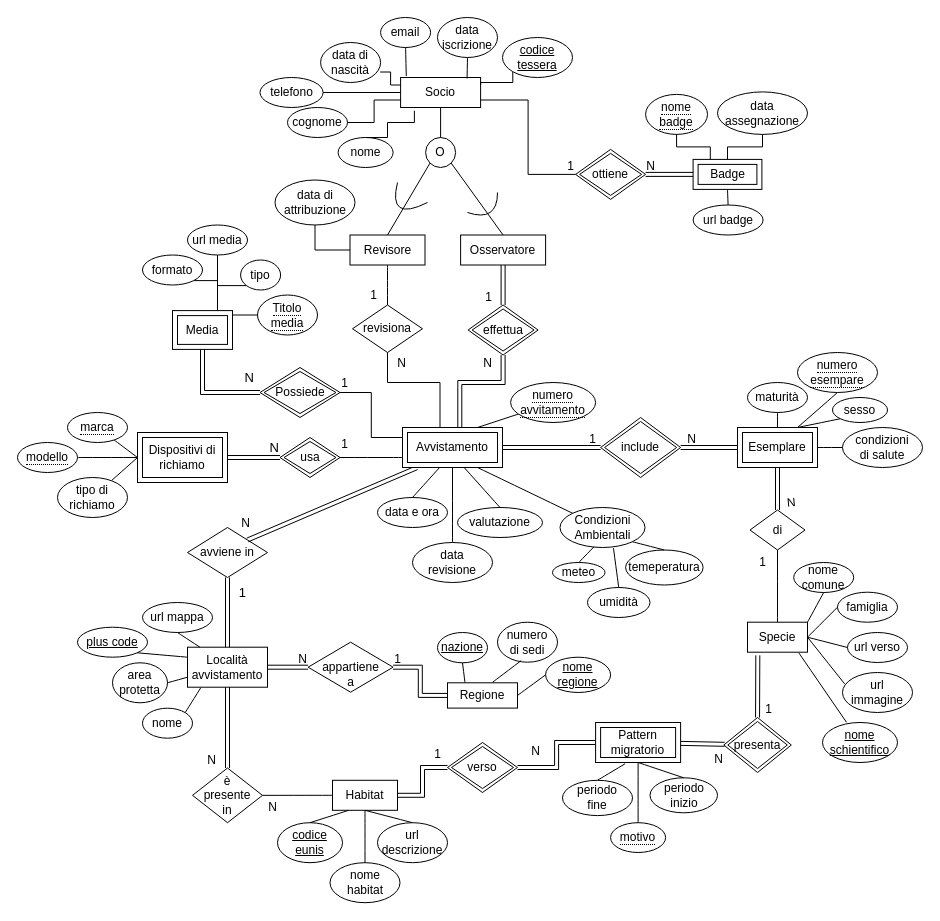
This is page "Page-1" (1 of 3) of document/DiagramEer.drawio from uni-aca100/db-uni, a draw.io file, before an edit. Source tidied: cells renumbered, new cells numbered last; positions are measured from the earlier drawing's top-left corner, leaving out a move shared by most shapes. Both pictures are drawn from the tidied source at 100%, with x=0, y=0 at pixel (17, 17).
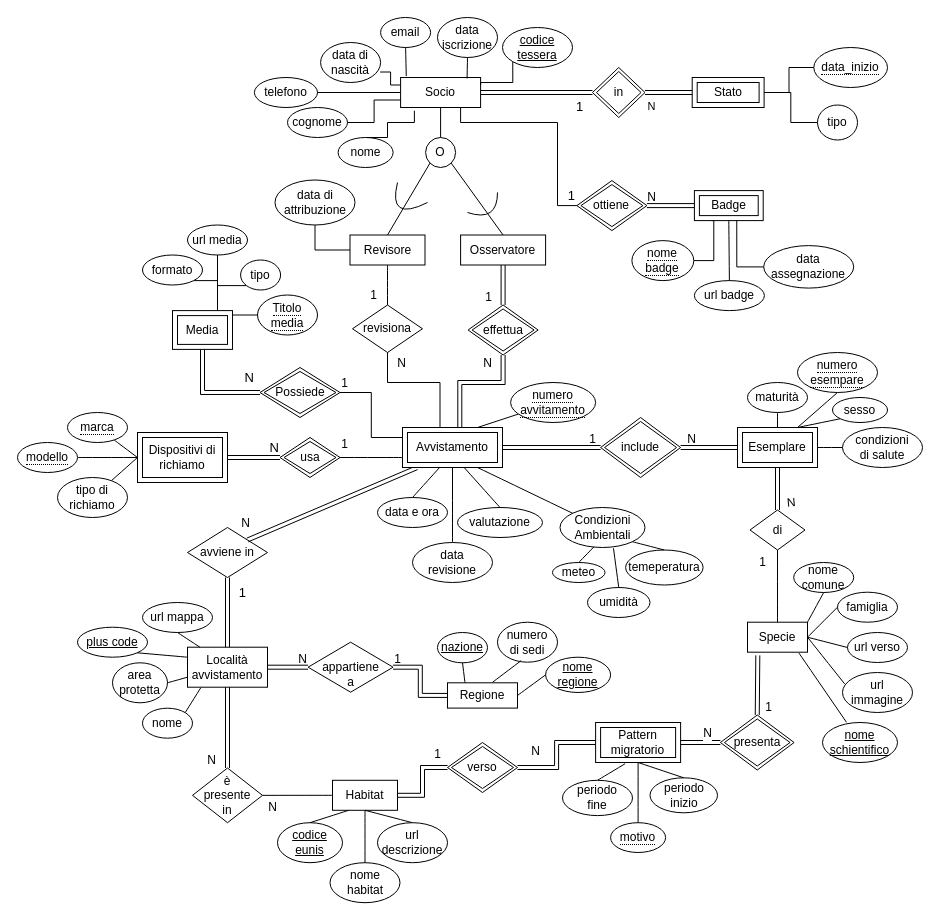
The same diagram, later.

The change refers to these unchanged cells:
```xml
<mxCell id="2" value="&lt;font&gt;Socio&lt;/font&gt;" style="whiteSpace=wrap;html=1;align=center;" parent="1" vertex="1">
  <mxGeometry x="383.1" y="60" width="80" height="30" as="geometry" />
</mxCell>
<mxCell id="166" style="edgeStyle=none;curved=1;rounded=0;jettySize=auto;html=1;fontSize=12;shape=link;" parent="1" edge="1" source="170" target="171">
  <mxGeometry relative="1" as="geometry" />
</mxCell>
```

What changed in the source:
```diff
@@
     <mxCell id="52" value="Badge" style="shape=ext;margin=3;double=1;whiteSpace=wrap;html=1;align=center;" parent="1" vertex="1">
-      <mxGeometry x="675.6" y="141.9" width="68.8" height="30" as="geometry" />
+      <mxGeometry x="676.9" y="173.1" width="68.8" height="30" as="geometry" />
     </mxCell>
     <mxCell id="53" value="ottiene" style="shape=rhombus;double=1;perimeter=rhombusPerimeter;whiteSpace=wrap;html=1;align=center;" parent="1" vertex="1">
-      <mxGeometry x="558.1" y="131.9" width="70" height="50" as="geometry" />
+      <mxGeometry x="559.4" y="163.1" width="70" height="50" as="geometry" />
     </mxCell>
@@
-    <mxCell id="56" style="endArrow=none;html=1;rounded=0;fontSize=12;startSize=8;endSize=8;entryX=0;entryY=0.5;entryDx=0;entryDy=0;exitX=1;exitY=0.75;exitDx=0;exitDy=0;edgeStyle=orthogonalEdgeStyle;" parent="1" edge="1" source="2" target="53">
-      <mxGeometry relative="1" as="geometry" />
+    <mxCell id="56" style="endArrow=none;html=1;rounded=0;fontSize=12;startSize=8;endSize=8;entryX=0;entryY=0.5;entryDx=0;entryDy=0;exitX=0.75;exitY=1;exitDx=0;exitDy=0;edgeStyle=orthogonalEdgeStyle;" parent="1" edge="1" source="2" target="53">
+      <mxGeometry relative="1" as="geometry">
+        <Array as="points">
+          <mxPoint x="443" y="105" />
+          <mxPoint x="540" y="105" />
+          <mxPoint x="540" y="188" />
+        </Array>
+      </mxGeometry>
     </mxCell>
-    <mxCell id="57" value="1" style="html=1;whiteSpace=wrap;align=right;verticalAlign=bottom;" parent="56" vertex="1">
+    <mxCell id="57" value="&lt;font style=&quot;font-size: 13px;&quot;&gt;1&lt;/font&gt;" style="html=1;whiteSpace=wrap;align=right;verticalAlign=bottom;" parent="56" vertex="1">
       <mxGeometry x="1" relative="1" as="geometry" />
     </mxCell>
@@
+    <mxCell id="91" style="edgeStyle=orthogonalEdgeStyle;rounded=0;jettySize=auto;html=1;entryX=0.25;entryY=1;entryDx=0;entryDy=0;endArrow=none;endFill=0;" parent="1" edge="1" source="88" target="52">
+      <mxGeometry relative="1" as="geometry" />
+    </mxCell>
     <mxCell id="88" value="&lt;div&gt;&lt;span style=&quot;border-bottom: 1px dotted;&quot;&gt;nome&lt;/span&gt;&lt;/div&gt;&lt;div&gt;&lt;span style=&quot;border-bottom: 1px dotted;&quot;&gt;badge&lt;/span&gt;&lt;/div&gt;" style="ellipse;whiteSpace=wrap;html=1;align=center;" parent="1" vertex="1">
-      <mxGeometry x="628.1" y="76.9" width="61.9" height="40" as="geometry" />
+      <mxGeometry x="614.4" y="223.1" width="61.9" height="40" as="geometry" />
     </mxCell>
     <mxCell id="89" value="&lt;div&gt;&lt;br&gt;&lt;/div&gt;&lt;div&gt;data assegnazione&lt;/div&gt;&lt;div&gt;&lt;br&gt;&lt;/div&gt;" style="ellipse;whiteSpace=wrap;html=1;align=center;" parent="1" vertex="1">
-      <mxGeometry x="700" y="74.4" width="90" height="42.5" as="geometry" />
+      <mxGeometry x="746.2" y="228.1" width="90" height="42.5" as="geometry" />
     </mxCell>
     <mxCell id="90" value="url badge" style="ellipse;whiteSpace=wrap;html=1;align=center;" parent="1" vertex="1">
-      <mxGeometry x="675.6" y="187.5" width="70" height="30" as="geometry" />
+      <mxGeometry x="676.9" y="263.1" width="70" height="30" as="geometry" />
     </mxCell>
-    <mxCell id="91" style="endArrow=none;html=1;rounded=0;fontSize=12;startSize=8;endSize=8;exitX=0.5;exitY=1;exitDx=0;exitDy=0;entryX=0.25;entryY=0;entryDx=0;entryDy=0;edgeStyle=orthogonalEdgeStyle;" parent="1" edge="1" source="88" target="52">
-      <mxGeometry relative="1" as="geometry" />
-    </mxCell>
@@
-    <mxCell id="93" style="endArrow=none;html=1;rounded=0;fontSize=12;startSize=8;endSize=8;entryX=0.5;entryY=1;entryDx=0;entryDy=0;exitX=0.5;exitY=0;exitDx=0;exitDy=0;edgeStyle=orthogonalEdgeStyle;" parent="1" edge="1" source="52" target="89">
-      <mxGeometry relative="1" as="geometry" />
-    </mxCell>
@@
     <mxCell id="126" value="&lt;div&gt;codice&lt;/div&gt;&lt;div&gt;tessera&lt;/div&gt;" style="ellipse;whiteSpace=wrap;html=1;align=center;fontStyle=4;" parent="1" vertex="1">
-      <mxGeometry x="485" y="20" width="70" height="40" as="geometry" />
+      <mxGeometry x="485" y="10" width="70" height="40" as="geometry" />
     </mxCell>
@@
     <mxCell id="151" value="telefono" style="ellipse;whiteSpace=wrap;html=1;align=center;" parent="1" vertex="1">
-      <mxGeometry x="242.5" y="60" width="63.1" height="30" as="geometry" />
+      <mxGeometry x="236.9" y="60" width="63.1" height="30" as="geometry" />
     </mxCell>
@@
     <mxCell id="167" value="N" style="edgeLabel;html=1;align=center;verticalAlign=middle;fontSize=12;" parent="166" vertex="1">
       <mxGeometry x="0.12" relative="1" as="geometry">
-        <mxPoint x="12" y="15" as="offset" />
+        <mxPoint x="4" y="-10" as="offset" />
       </mxGeometry>
     </mxCell>
@@
     <mxCell id="171" value="presenta" style="rhombus;whiteSpace=wrap;html=1;double=1;" parent="1" vertex="1">
-      <mxGeometry x="706.3" y="700" width="67.5" height="55" as="geometry" />
+      <mxGeometry x="702.9" y="697.5" width="73.7" height="55" as="geometry" />
     </mxCell>
@@
+    <mxCell id="177" style="edgeStyle=orthogonalEdgeStyle;rounded=0;jettySize=auto;html=1;entryX=0.616;entryY=0.983;entryDx=0;entryDy=0;entryPerimeter=0;endArrow=none;endFill=0;" parent="1" edge="1" source="89" target="52">
+      <mxGeometry relative="1" as="geometry" />
+    </mxCell>
+    <mxCell id="178" style="edgeStyle=orthogonalEdgeStyle;rounded=0;jettySize=auto;html=1;entryX=0;entryY=0.5;entryDx=0;entryDy=0;endArrow=none;endFill=0;" parent="1" edge="1" source="180" target="186">
+      <mxGeometry relative="1" as="geometry" />
+    </mxCell>
+    <mxCell id="179" style="edgeStyle=orthogonalEdgeStyle;rounded=0;jettySize=auto;html=1;entryX=0;entryY=0.5;entryDx=0;entryDy=0;endArrow=none;endFill=0;" parent="1" edge="1" source="180" target="187">
+      <mxGeometry relative="1" as="geometry" />
+    </mxCell>
+    <mxCell id="180" value="Stato" style="shape=ext;margin=3;double=1;whiteSpace=wrap;html=1;align=center;" parent="1" vertex="1">
+      <mxGeometry x="674.7" y="60" width="71.9" height="30" as="geometry" />
+    </mxCell>
+    <mxCell id="181" style="edgeStyle=orthogonalEdgeStyle;rounded=0;jettySize=auto;html=1;endArrow=none;endFill=0;shape=link;" parent="1" edge="1" source="185" target="2">
+      <mxGeometry relative="1" as="geometry" />
+    </mxCell>
+    <mxCell id="182" value="1" style="edgeLabel;html=1;align=center;verticalAlign=middle;fontSize=13;" parent="181" vertex="1">
+      <mxGeometry x="-0.4" y="-4" relative="1" as="geometry">
+        <mxPoint x="20" y="17" as="offset" />
+      </mxGeometry>
+    </mxCell>
+    <mxCell id="183" style="edgeStyle=orthogonalEdgeStyle;rounded=0;jettySize=auto;html=1;entryX=0;entryY=0.5;entryDx=0;entryDy=0;endArrow=none;endFill=0;shape=link;" parent="1" edge="1" source="185" target="180">
+      <mxGeometry relative="1" as="geometry" />
+    </mxCell>
+    <mxCell id="184" value="N" style="edgeLabel;html=1;align=center;verticalAlign=middle;" parent="183" vertex="1">
+      <mxGeometry x="-0.3" y="1" relative="1" as="geometry">
+        <mxPoint x="-11" y="14" as="offset" />
+      </mxGeometry>
+    </mxCell>
+    <mxCell id="185" value="in" style="shape=rhombus;double=1;perimeter=rhombusPerimeter;whiteSpace=wrap;html=1;align=center;" parent="1" vertex="1">
+      <mxGeometry x="575" y="50" width="52.5" height="50" as="geometry" />
+    </mxCell>
+    <mxCell id="186" value="&lt;span style=&quot;border-bottom: 1px dotted;&quot;&gt;data_inizio&lt;/span&gt;" style="ellipse;whiteSpace=wrap;html=1;align=center;" parent="1" vertex="1">
+      <mxGeometry x="796.3" y="30" width="73.7" height="40" as="geometry" />
+    </mxCell>
+    <mxCell id="187" value="tipo" style="ellipse;whiteSpace=wrap;html=1;align=center;" parent="1" vertex="1">
+      <mxGeometry x="800" y="87.5" width="40" height="35" as="geometry" />
+    </mxCell>
```
